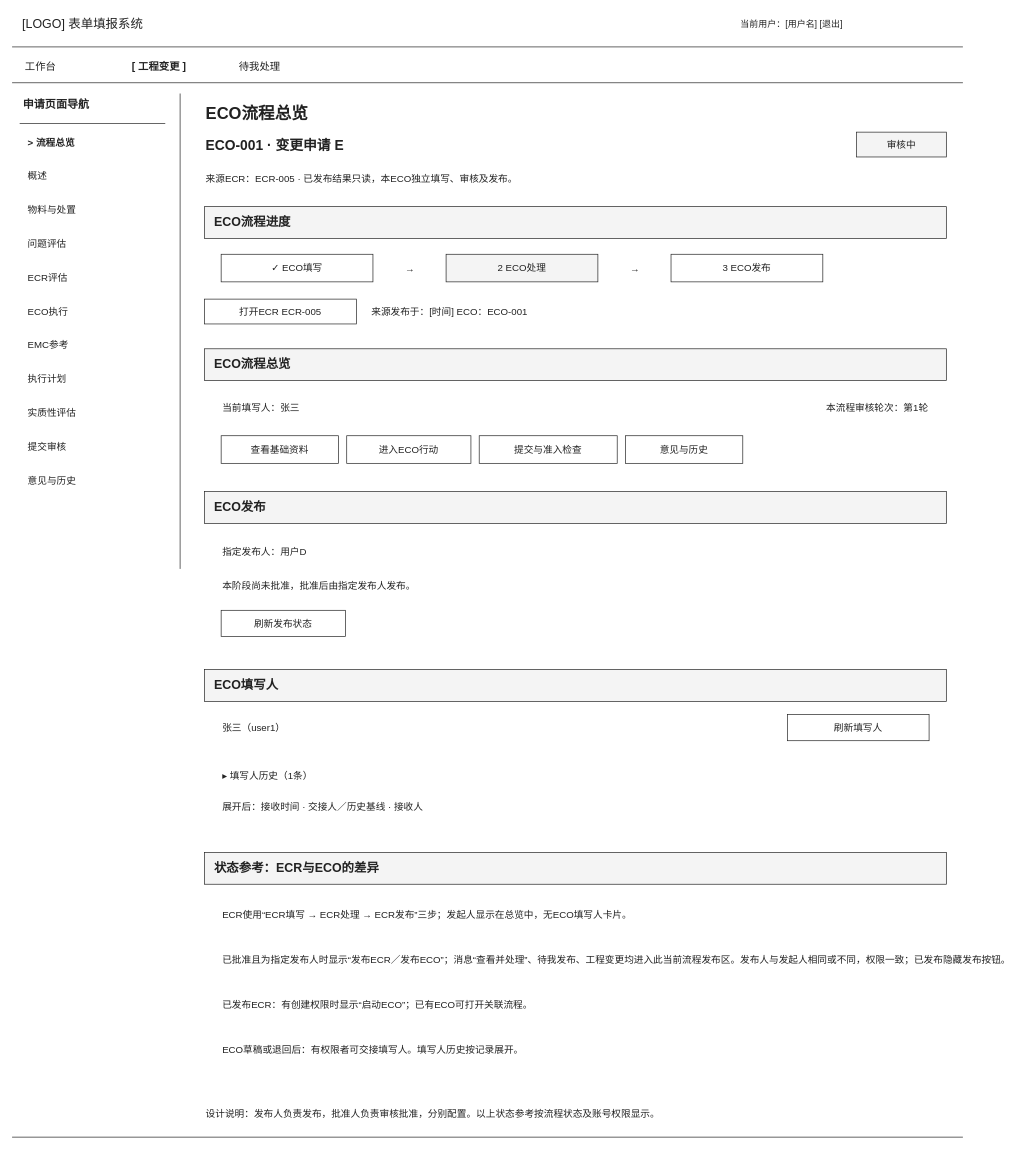
The draw.io diagram page "05 ECR-ECO流程总览" (5 of 17) of docs/线框图1.4.drawio in jack1415926/form-filling-system, before the edit. Source tidied: cells renumbered, new cells numbered last; positions are measured from the earlier drawing's top-left corner, leaving out a move shared by most shapes. Both pictures are drawn from the tidied source at 69%, with x=0, y=0 at pixel (12, 12).
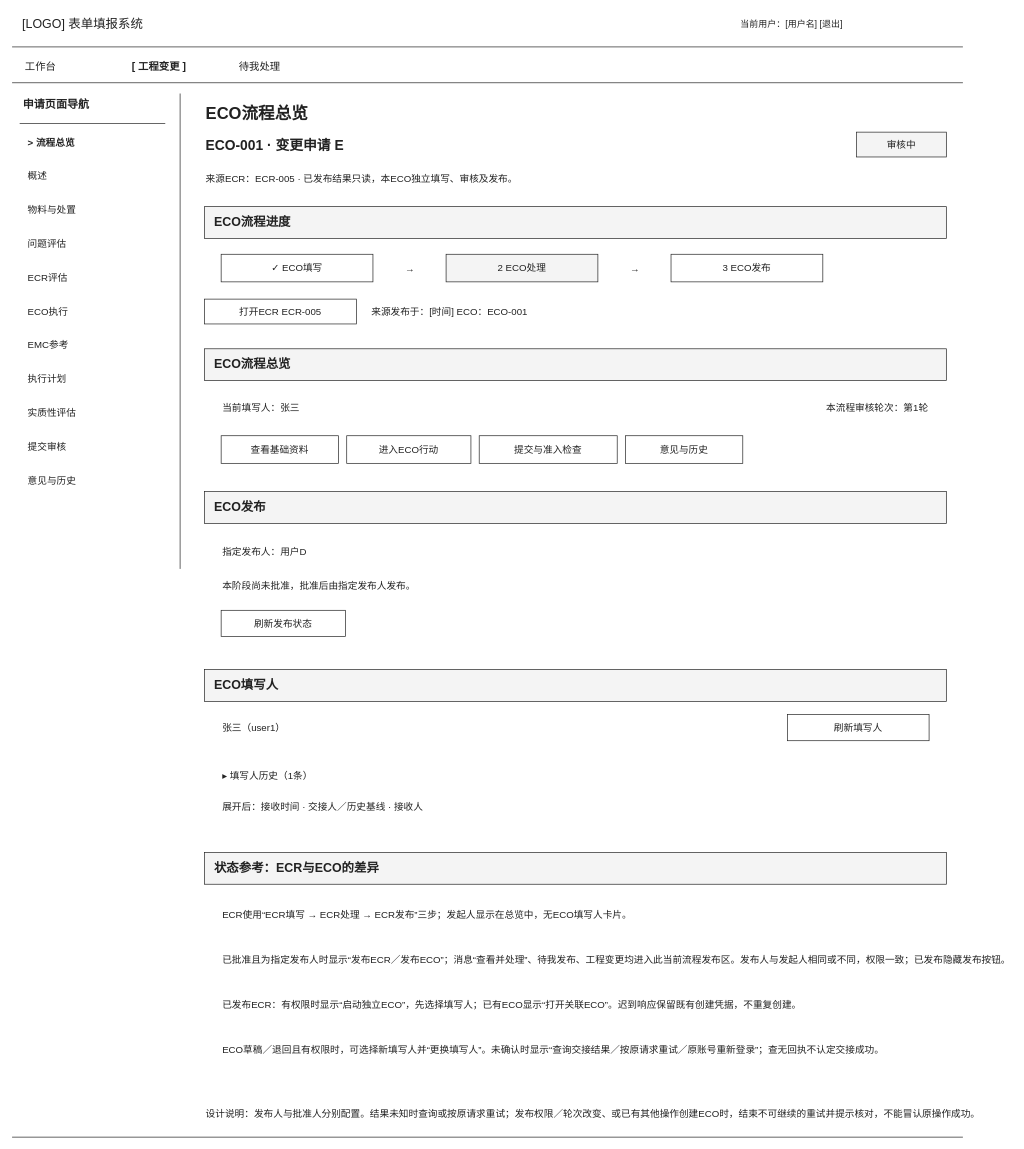
Above is the later version.

What changed in the source:
```diff
@@
-    <mxCell id="55" value="已发布ECR：有创建权限时显示“启动ECO”；已有ECO可打开关联流程。" style="text;strokeColor=none;fillColor=none;html=0;fontFamily=Microsoft YaHei;fontSize=14;fontColor=#222222;align=left;verticalAlign=middle;fontStyle=0;spacingLeft=0;spacingRight=0;" parent="1" vertex="1">
+    <mxCell id="55" value="已发布ECR：有权限时显示“启动独立ECO”，先选择填写人；已有ECO显示“打开关联ECO”。迟到响应保留既有创建凭据，不重复创建。" style="text;strokeColor=none;fillColor=none;html=0;fontFamily=Microsoft YaHei;fontSize=14;fontColor=#222222;align=left;verticalAlign=middle;fontStyle=0;spacingLeft=0;spacingRight=0;" parent="1" vertex="1">
       <mxGeometry x="303" y="1413" width="1025" height="50" as="geometry" />
     </mxCell>
-    <mxCell id="56" value="ECO草稿或退回后：有权限者可交接填写人。填写人历史按记录展开。" style="text;strokeColor=none;fillColor=none;html=0;fontFamily=Microsoft YaHei;fontSize=14;fontColor=#222222;align=left;verticalAlign=middle;fontStyle=0;spacingLeft=0;spacingRight=0;" parent="1" vertex="1">
+    <mxCell id="56" value="ECO草稿／退回且有权限时，可选择新填写人并“更换填写人”。未确认时显示“查询交接结果／按原请求重试／原账号重新登录”；查无回执不认定交接成功。" style="text;strokeColor=none;fillColor=none;html=0;fontFamily=Microsoft YaHei;fontSize=14;fontColor=#222222;align=left;verticalAlign=middle;fontStyle=0;spacingLeft=0;spacingRight=0;" parent="1" vertex="1">
       <mxGeometry x="303" y="1478" width="1025" height="50" as="geometry" />
     </mxCell>
-    <mxCell id="57" value="设计说明：发布人负责发布，批准人负责审核批准，分别配置。以上状态参考按流程状态及账号权限显示。" style="text;strokeColor=none;fillColor=none;html=0;fontFamily=Microsoft YaHei;fontSize=14;fontColor=#222222;align=left;verticalAlign=middle;fontStyle=0;spacingLeft=0;spacingRight=0;" parent="1" vertex="1">
+    <mxCell id="57" value="设计说明：发布人与批准人分别配置。结果未知时查询或按原请求重试；发布权限／轮次改变、或已有其他操作创建ECO时，结束不可继续的重试并提示核对，不能冒认原操作成功。" style="text;strokeColor=none;fillColor=none;html=0;fontFamily=Microsoft YaHei;fontSize=14;fontColor=#222222;align=left;verticalAlign=middle;fontStyle=0;spacingLeft=0;spacingRight=0;" parent="1" vertex="1">
       <mxGeometry x="279" y="1568" width="1075" height="56" as="geometry" />
     </mxCell>
```
